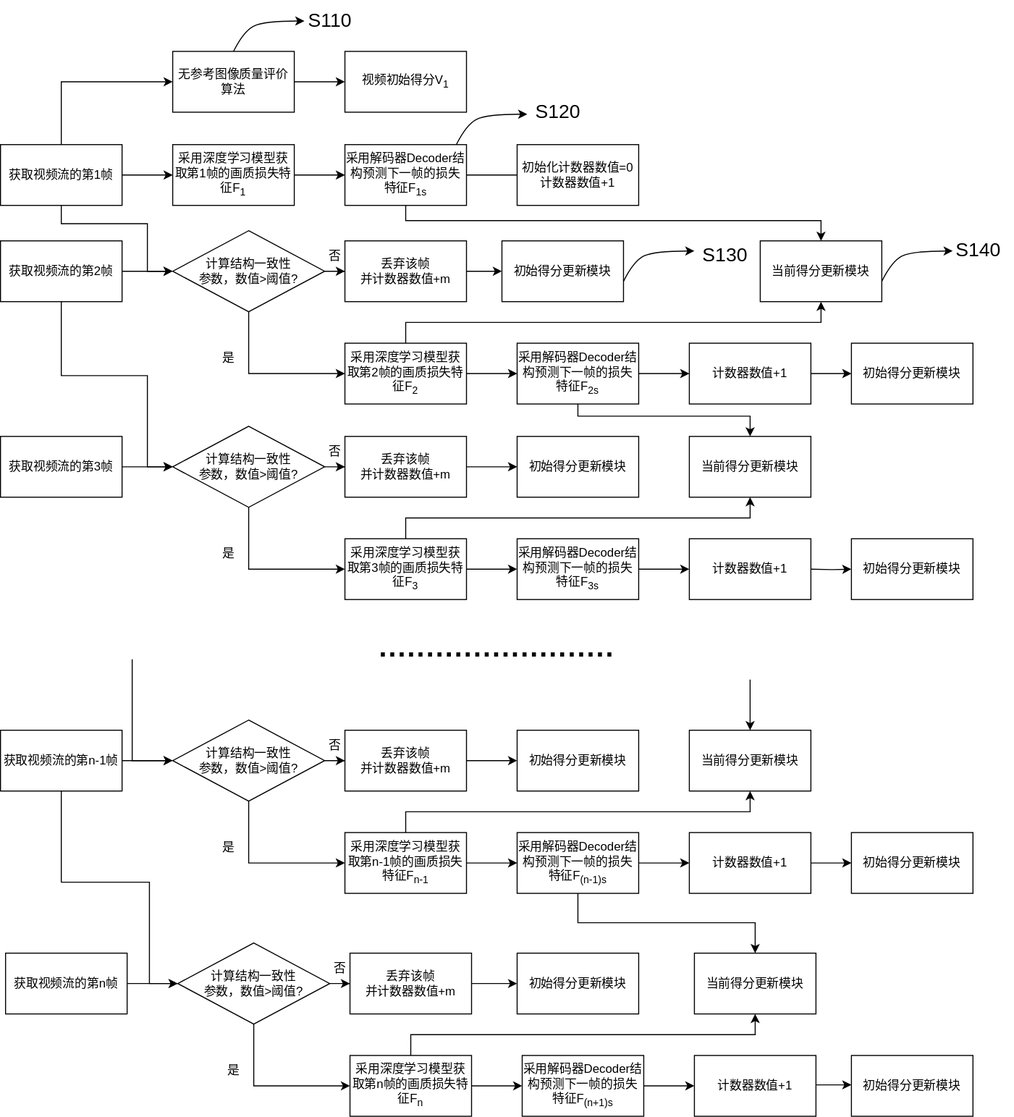
Before: stream_video_quality_assessment_flowchart.drawio.svg, a diagram exported from draw.io (hrf666666/FlowCharts). Source tidied: cells renumbered, new cells last; positions are measured from the earlier drawing's top-left corner, leaving out a move shared by most shapes.
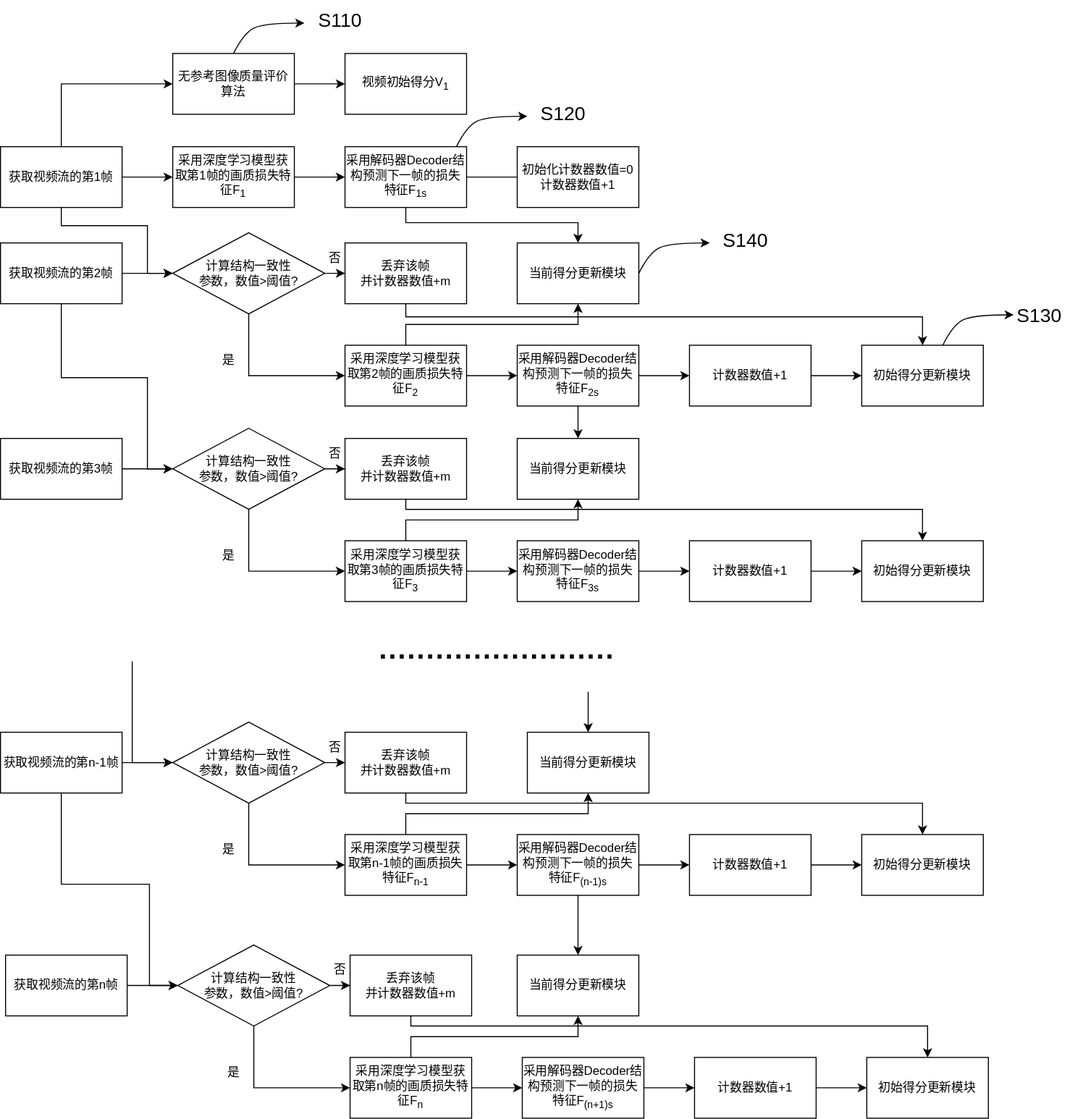
After the change.

The edit, as a diff of the source:
```diff
@@ -44,7 +44,7 @@
       <mxGeometry relative="1" as="geometry">
         <Array as="points">
           <mxPoint x="400" y="217" />
-          <mxPoint x="810" y="217" />
+          <mxPoint x="570" y="217" />
         </Array>
       </mxGeometry>
     </mxCell>
@@ -81,19 +81,14 @@
       <mxGeometry relative="1" as="geometry" />
     </mxCell>
     <mxCell id="21" style="edgeStyle=orthogonalEdgeStyle;rounded=0;jettySize=auto;html=1;" parent="1" edge="1" source="22" target="51">
-      <mxGeometry relative="1" as="geometry">
-        <Array as="points">
-          <mxPoint x="570" y="410" />
-          <mxPoint x="740" y="410" />
-        </Array>
-      </mxGeometry>
+      <mxGeometry relative="1" as="geometry" />
     </mxCell>
     <mxCell id="22" value="采用解码器Decoder结构预测下一帧的损失特征F&lt;sub&gt;2s&lt;/sub&gt;" style="rounded=0;whiteSpace=wrap;html=1;" parent="1" vertex="1">
       <mxGeometry x="510" y="338" width="120" height="60" as="geometry" />
     </mxCell>
-    <mxCell id="23" style="edgeStyle=orthogonalEdgeStyle;rounded=0;jettySize=auto;html=1;entryX=0;entryY=0.5;entryDx=0;entryDy=0;" parent="1" edge="1" source="24" target="100">
-      <mxGeometry relative="1" as="geometry" />
-    </mxCell>
+    <mxCell id="106" style="edgeStyle=orthogonalEdgeStyle;rounded=0;jettySize=auto;html=1;entryX=0;entryY=0.5;entryDx=0;entryDy=0;" parent="1" edge="1" source="24" target="33">
+      <mxGeometry relative="1" as="geometry" />
+    </mxCell>
     <mxCell id="24" value="计数器数值+1" style="rounded=0;whiteSpace=wrap;html=1;" parent="1" vertex="1">
       <mxGeometry x="680" y="338" width="120" height="60" as="geometry" />
     </mxCell>
@@ -106,8 +101,13 @@
     <mxCell id="27" value="计算结构一致性&lt;br&gt;参数，数值&amp;gt;阈值?" style="rhombus;whiteSpace=wrap;html=1;" parent="1" vertex="1">
       <mxGeometry x="170" y="227" width="150" height="80" as="geometry" />
     </mxCell>
-    <mxCell id="28" style="edgeStyle=orthogonalEdgeStyle;rounded=0;jettySize=auto;html=1;entryX=0;entryY=0.5;entryDx=0;entryDy=0;" parent="1" edge="1" source="29" target="33">
-      <mxGeometry relative="1" as="geometry" />
+    <mxCell id="28" style="edgeStyle=orthogonalEdgeStyle;rounded=0;jettySize=auto;html=1;entryX=0.5;entryY=0;entryDx=0;entryDy=0;" parent="1" edge="1" source="29" target="33">
+      <mxGeometry relative="1" as="geometry">
+        <Array as="points">
+          <mxPoint x="400" y="310" />
+          <mxPoint x="910" y="310" />
+        </Array>
+      </mxGeometry>
     </mxCell>
     <mxCell id="29" value="丢弃该帧&lt;br&gt;并计数器数值+m" style="rounded=0;whiteSpace=wrap;html=1;" parent="1" vertex="1">
       <mxGeometry x="340" y="237" width="120" height="60" as="geometry" />
@@ -122,10 +122,10 @@
       <mxGeometry x="510" y="142" width="120" height="60" as="geometry" />
     </mxCell>
     <mxCell id="33" value="初始得分更新模块" style="rounded=0;whiteSpace=wrap;html=1;" parent="1" vertex="1">
-      <mxGeometry x="495" y="237" width="120" height="60" as="geometry" />
+      <mxGeometry x="850" y="338" width="120" height="60" as="geometry" />
     </mxCell>
     <mxCell id="34" value="当前得分更新模块" style="rounded=0;whiteSpace=wrap;html=1;" parent="1" vertex="1">
-      <mxGeometry x="750" y="237" width="120" height="60" as="geometry" />
+      <mxGeometry x="510" y="237" width="120" height="60" as="geometry" />
     </mxCell>
     <mxCell id="35" style="edgeStyle=orthogonalEdgeStyle;rounded=0;jettySize=auto;html=1;" parent="1" edge="1" source="36">
       <mxGeometry relative="1" as="geometry">
@@ -150,6 +150,9 @@
     <mxCell id="41" value="采用解码器Decoder结构预测下一帧的损失特征F&lt;sub&gt;3s&lt;/sub&gt;" style="rounded=0;whiteSpace=wrap;html=1;" parent="1" vertex="1">
       <mxGeometry x="510" y="531" width="120" height="60" as="geometry" />
     </mxCell>
+    <mxCell id="107" style="edgeStyle=orthogonalEdgeStyle;rounded=0;jettySize=auto;html=1;exitX=1;exitY=0.5;exitDx=0;exitDy=0;entryX=0;entryY=0.5;entryDx=0;entryDy=0;" parent="1" edge="1" source="42" target="50">
+      <mxGeometry relative="1" as="geometry" />
+    </mxCell>
     <mxCell id="42" value="计数器数值+1" style="rounded=0;whiteSpace=wrap;html=1;" parent="1" vertex="1">
       <mxGeometry x="680" y="531" width="120" height="60" as="geometry" />
     </mxCell>
@@ -162,8 +165,13 @@
     <mxCell id="45" value="计算结构一致性&lt;br&gt;参数，数值&amp;gt;阈值?" style="rhombus;whiteSpace=wrap;html=1;" parent="1" vertex="1">
       <mxGeometry x="170" y="420" width="150" height="80" as="geometry" />
     </mxCell>
-    <mxCell id="46" style="edgeStyle=orthogonalEdgeStyle;rounded=0;jettySize=auto;html=1;exitX=1;exitY=0.5;exitDx=0;exitDy=0;entryX=0;entryY=0.5;entryDx=0;entryDy=0;" parent="1" edge="1" source="47" target="50">
-      <mxGeometry relative="1" as="geometry" />
+    <mxCell id="46" style="edgeStyle=orthogonalEdgeStyle;rounded=0;jettySize=auto;html=1;entryX=0.5;entryY=0;entryDx=0;entryDy=0;" parent="1" edge="1" source="47" target="50">
+      <mxGeometry relative="1" as="geometry">
+        <Array as="points">
+          <mxPoint x="400" y="500" />
+          <mxPoint x="910" y="500" />
+        </Array>
+      </mxGeometry>
     </mxCell>
     <mxCell id="47" value="丢弃该帧&lt;br&gt;并计数器数值+m" style="rounded=0;whiteSpace=wrap;html=1;" parent="1" vertex="1">
       <mxGeometry x="340" y="430" width="120" height="60" as="geometry" />
@@ -175,10 +183,10 @@
       <mxGeometry x="205" y="531" width="40" height="30" as="geometry" />
     </mxCell>
     <mxCell id="50" value="初始得分更新模块" style="rounded=0;whiteSpace=wrap;html=1;" parent="1" vertex="1">
-      <mxGeometry x="510" y="430" width="120" height="60" as="geometry" />
+      <mxGeometry x="850" y="531" width="120" height="60" as="geometry" />
     </mxCell>
     <mxCell id="51" value="当前得分更新模块" style="rounded=0;whiteSpace=wrap;html=1;" parent="1" vertex="1">
-      <mxGeometry x="680" y="430" width="120" height="60" as="geometry" />
+      <mxGeometry x="510" y="430" width="120" height="60" as="geometry" />
     </mxCell>
     <mxCell id="52" style="edgeStyle=orthogonalEdgeStyle;rounded=0;jettySize=auto;html=1;" parent="1" edge="1" source="54">
       <mxGeometry relative="1" as="geometry">
@@ -210,19 +218,14 @@
       <mxGeometry relative="1" as="geometry" />
     </mxCell>
     <mxCell id="59" style="edgeStyle=orthogonalEdgeStyle;rounded=0;jettySize=auto;html=1;" parent="1" edge="1" source="60" target="89">
-      <mxGeometry relative="1" as="geometry">
-        <Array as="points">
-          <mxPoint x="570" y="910" />
-          <mxPoint x="745" y="910" />
-        </Array>
-      </mxGeometry>
+      <mxGeometry relative="1" as="geometry" />
     </mxCell>
     <mxCell id="60" value="采用解码器Decoder结构预测下一帧的损失特征F&lt;sub&gt;(n-1)s&lt;/sub&gt;" style="rounded=0;whiteSpace=wrap;html=1;" parent="1" vertex="1">
       <mxGeometry x="510" y="821" width="120" height="60" as="geometry" />
     </mxCell>
-    <mxCell id="61" style="edgeStyle=orthogonalEdgeStyle;rounded=0;jettySize=auto;html=1;exitX=1;exitY=0.5;exitDx=0;exitDy=0;entryX=0;entryY=0.5;entryDx=0;entryDy=0;" parent="1" edge="1" source="62" target="103">
-      <mxGeometry relative="1" as="geometry" />
-    </mxCell>
+    <mxCell id="108" style="edgeStyle=orthogonalEdgeStyle;rounded=0;jettySize=auto;html=1;" parent="1" edge="1" source="62" target="70">
+      <mxGeometry relative="1" as="geometry" />
+    </mxCell>
     <mxCell id="62" value="计数器数值+1" style="rounded=0;whiteSpace=wrap;html=1;" parent="1" vertex="1">
       <mxGeometry x="680" y="821" width="120" height="60" as="geometry" />
     </mxCell>
@@ -235,8 +238,13 @@
     <mxCell id="65" value="计算结构一致性&lt;br&gt;参数，数值&amp;gt;阈值?" style="rhombus;whiteSpace=wrap;html=1;" parent="1" vertex="1">
       <mxGeometry x="170" y="710" width="150" height="80" as="geometry" />
     </mxCell>
-    <mxCell id="66" style="edgeStyle=orthogonalEdgeStyle;rounded=0;jettySize=auto;html=1;exitX=1;exitY=0.5;exitDx=0;exitDy=0;entryX=0;entryY=0.5;entryDx=0;entryDy=0;" parent="1" edge="1" source="67" target="70">
-      <mxGeometry relative="1" as="geometry" />
+    <mxCell id="66" style="edgeStyle=orthogonalEdgeStyle;rounded=0;jettySize=auto;html=1;entryX=0.5;entryY=0;entryDx=0;entryDy=0;" parent="1" edge="1" source="67" target="70">
+      <mxGeometry relative="1" as="geometry">
+        <Array as="points">
+          <mxPoint x="400" y="790" />
+          <mxPoint x="910" y="790" />
+        </Array>
+      </mxGeometry>
     </mxCell>
     <mxCell id="67" value="丢弃该帧&lt;br&gt;并计数器数值+m" style="rounded=0;whiteSpace=wrap;html=1;" parent="1" vertex="1">
       <mxGeometry x="340" y="720" width="120" height="60" as="geometry" />
@@ -248,10 +256,10 @@
       <mxGeometry x="205" y="821" width="40" height="30" as="geometry" />
     </mxCell>
     <mxCell id="70" value="初始得分更新模块" style="rounded=0;whiteSpace=wrap;html=1;" parent="1" vertex="1">
-      <mxGeometry x="510" y="720" width="120" height="60" as="geometry" />
+      <mxGeometry x="850" y="821" width="120" height="60" as="geometry" />
     </mxCell>
     <mxCell id="71" value="当前得分更新模块" style="rounded=0;whiteSpace=wrap;html=1;" parent="1" vertex="1">
-      <mxGeometry x="680" y="720" width="120" height="60" as="geometry" />
+      <mxGeometry x="520" y="720" width="120" height="60" as="geometry" />
     </mxCell>
     <mxCell id="72" value="&lt;font style=&quot;font-size: 28px;&quot;&gt;&lt;b&gt;·························&lt;/b&gt;&lt;/font&gt;" style="text;html=1;align=center;verticalAlign=middle;strokeColor=none;fillColor=none;" parent="1" vertex="1">
       <mxGeometry x="360" y="620" width="260" height="50" as="geometry" />
@@ -279,6 +287,9 @@
     <mxCell id="79" value="采用解码器Decoder结构预测下一帧的损失特征F&lt;sub&gt;(n+1)s&lt;/sub&gt;" style="rounded=0;whiteSpace=wrap;html=1;" parent="1" vertex="1">
       <mxGeometry x="515" y="1041" width="120" height="60" as="geometry" />
     </mxCell>
+    <mxCell id="109" style="edgeStyle=orthogonalEdgeStyle;rounded=0;jettySize=auto;html=1;" parent="1" edge="1" source="80" target="88">
+      <mxGeometry relative="1" as="geometry" />
+    </mxCell>
     <mxCell id="80" value="计数器数值+1" style="rounded=0;whiteSpace=wrap;html=1;" parent="1" vertex="1">
       <mxGeometry x="685" y="1041" width="120" height="60" as="geometry" />
     </mxCell>
@@ -291,8 +302,13 @@
     <mxCell id="83" value="计算结构一致性&lt;br&gt;参数，数值&amp;gt;阈值?" style="rhombus;whiteSpace=wrap;html=1;" parent="1" vertex="1">
       <mxGeometry x="175" y="930" width="150" height="80" as="geometry" />
     </mxCell>
-    <mxCell id="84" style="edgeStyle=orthogonalEdgeStyle;rounded=0;jettySize=auto;html=1;entryX=0;entryY=0.5;entryDx=0;entryDy=0;" parent="1" edge="1" source="85" target="88">
-      <mxGeometry relative="1" as="geometry" />
+    <mxCell id="84" style="edgeStyle=orthogonalEdgeStyle;rounded=0;jettySize=auto;html=1;" parent="1" edge="1" source="85" target="88">
+      <mxGeometry relative="1" as="geometry">
+        <Array as="points">
+          <mxPoint x="405" y="1010" />
+          <mxPoint x="915" y="1010" />
+        </Array>
+      </mxGeometry>
     </mxCell>
     <mxCell id="85" value="丢弃该帧&lt;br&gt;并计数器数值+m" style="rounded=0;whiteSpace=wrap;html=1;" parent="1" vertex="1">
       <mxGeometry x="345" y="940" width="120" height="60" as="geometry" />
@@ -304,10 +320,10 @@
       <mxGeometry x="210" y="1041" width="40" height="30" as="geometry" />
     </mxCell>
     <mxCell id="88" value="初始得分更新模块" style="rounded=0;whiteSpace=wrap;html=1;" parent="1" vertex="1">
-      <mxGeometry x="510" y="940" width="120" height="60" as="geometry" />
+      <mxGeometry x="855" y="1041" width="120" height="60" as="geometry" />
     </mxCell>
     <mxCell id="89" value="当前得分更新模块" style="rounded=0;whiteSpace=wrap;html=1;" parent="1" vertex="1">
-      <mxGeometry x="685" y="940" width="120" height="60" as="geometry" />
+      <mxGeometry x="510" y="940" width="120" height="60" as="geometry" />
     </mxCell>
     <mxCell id="90" style="endArrow=classic;html=1;rounded=0;entryX=0;entryY=0.5;entryDx=0;entryDy=0;" parent="1" edge="1" target="65">
       <mxGeometry relative="1" as="geometry">
@@ -321,9 +337,9 @@
     </mxCell>
     <mxCell id="91" style="endArrow=classic;html=1;rounded=0;entryX=0.5;entryY=0;entryDx=0;entryDy=0;" parent="1" edge="1" target="71">
       <mxGeometry relative="1" as="geometry">
-        <mxPoint x="740" y="670" as="sourcePoint" />
+        <mxPoint x="580" y="680" as="sourcePoint" />
         <Array as="points">
-          <mxPoint x="740" y="690" />
+          <mxPoint x="580" y="690" />
         </Array>
       </mxGeometry>
     </mxCell>
@@ -338,7 +354,7 @@
       </mxGeometry>
     </mxCell>
     <mxCell id="93" value="S120" style="text;html=1;align=center;verticalAlign=middle;strokeColor=none;fillColor=none;fontSize=19;" parent="1" vertex="1">
-      <mxGeometry x="515" y="90" width="70" height="40" as="geometry" />
+      <mxGeometry x="520" y="90" width="70" height="40" as="geometry" />
     </mxCell>
     <mxCell id="94" style="curved=1;endArrow=classic;html=1;rounded=0;" parent="1" edge="1">
       <mxGeometry relative="1" as="geometry">
@@ -351,55 +367,33 @@
       </mxGeometry>
     </mxCell>
     <mxCell id="95" value="S110" style="text;html=1;align=center;verticalAlign=middle;strokeColor=none;fillColor=none;fontSize=19;" parent="1" vertex="1">
-      <mxGeometry x="290" width="70" height="40" as="geometry" />
+      <mxGeometry x="300" y="-2" width="70" height="40" as="geometry" />
     </mxCell>
     <mxCell id="96" style="curved=1;endArrow=classic;html=1;rounded=0;" parent="1" edge="1">
       <mxGeometry relative="1" as="geometry">
-        <mxPoint x="870" y="277" as="sourcePoint" />
-        <mxPoint x="940" y="247" as="targetPoint" />
+        <mxPoint x="630" y="267" as="sourcePoint" />
+        <mxPoint x="700" y="237" as="targetPoint" />
         <Array as="points">
-          <mxPoint x="880" y="257" />
-          <mxPoint x="900" y="247" />
+          <mxPoint x="640" y="247" />
+          <mxPoint x="660" y="237" />
         </Array>
       </mxGeometry>
     </mxCell>
     <mxCell id="97" value="S140" style="text;html=1;align=center;verticalAlign=middle;strokeColor=none;fillColor=none;fontSize=19;" parent="1" vertex="1">
-      <mxGeometry x="930" y="227" width="70" height="40" as="geometry" />
+      <mxGeometry x="700" y="215" width="70" height="40" as="geometry" />
     </mxCell>
     <mxCell id="98" style="curved=1;endArrow=classic;html=1;rounded=0;" parent="1" edge="1">
       <mxGeometry relative="1" as="geometry">
-        <mxPoint x="615" y="277" as="sourcePoint" />
-        <mxPoint x="685" y="247" as="targetPoint" />
+        <mxPoint x="930" y="338" as="sourcePoint" />
+        <mxPoint x="1000" y="308" as="targetPoint" />
         <Array as="points">
-          <mxPoint x="625" y="257" />
-          <mxPoint x="645" y="247" />
+          <mxPoint x="940" y="318" />
+          <mxPoint x="960" y="308" />
         </Array>
       </mxGeometry>
     </mxCell>
     <mxCell id="99" value="S130" style="text;html=1;align=center;verticalAlign=middle;strokeColor=none;fillColor=none;fontSize=19;" parent="1" vertex="1">
-      <mxGeometry x="680" y="232" width="70" height="40" as="geometry" />
+      <mxGeometry x="990" y="290" width="70" height="40" as="geometry" />
     </mxCell>
-    <mxCell id="100" value="初始得分更新模块" style="rounded=0;whiteSpace=wrap;html=1;" parent="1" vertex="1">
-      <mxGeometry x="840" y="338" width="120" height="60" as="geometry" />
-    </mxCell>
-    <mxCell id="101" style="edgeStyle=orthogonalEdgeStyle;rounded=0;jettySize=auto;html=1;entryX=0;entryY=0.5;entryDx=0;entryDy=0;" parent="1" edge="1" target="102">
-      <mxGeometry relative="1" as="geometry">
-        <mxPoint x="800" y="561" as="sourcePoint" />
-      </mxGeometry>
-    </mxCell>
-    <mxCell id="102" value="初始得分更新模块" style="rounded=0;whiteSpace=wrap;html=1;" parent="1" vertex="1">
-      <mxGeometry x="840" y="531" width="120" height="60" as="geometry" />
-    </mxCell>
-    <mxCell id="103" value="初始得分更新模块" style="rounded=0;whiteSpace=wrap;html=1;" parent="1" vertex="1">
-      <mxGeometry x="840" y="821" width="120" height="60" as="geometry" />
-    </mxCell>
-    <mxCell id="104" style="edgeStyle=orthogonalEdgeStyle;rounded=0;jettySize=auto;html=1;entryX=0;entryY=0.5;entryDx=0;entryDy=0;" parent="1" edge="1" target="105">
-      <mxGeometry relative="1" as="geometry">
-        <mxPoint x="805" y="1070" as="sourcePoint" />
-      </mxGeometry>
-    </mxCell>
-    <mxCell id="105" value="初始得分更新模块" style="rounded=0;whiteSpace=wrap;html=1;" parent="1" vertex="1">
-      <mxGeometry x="840" y="1041" width="120" height="60" as="geometry" />
-    </mxCell>
   </root>
 </mxGraphModel>
```
